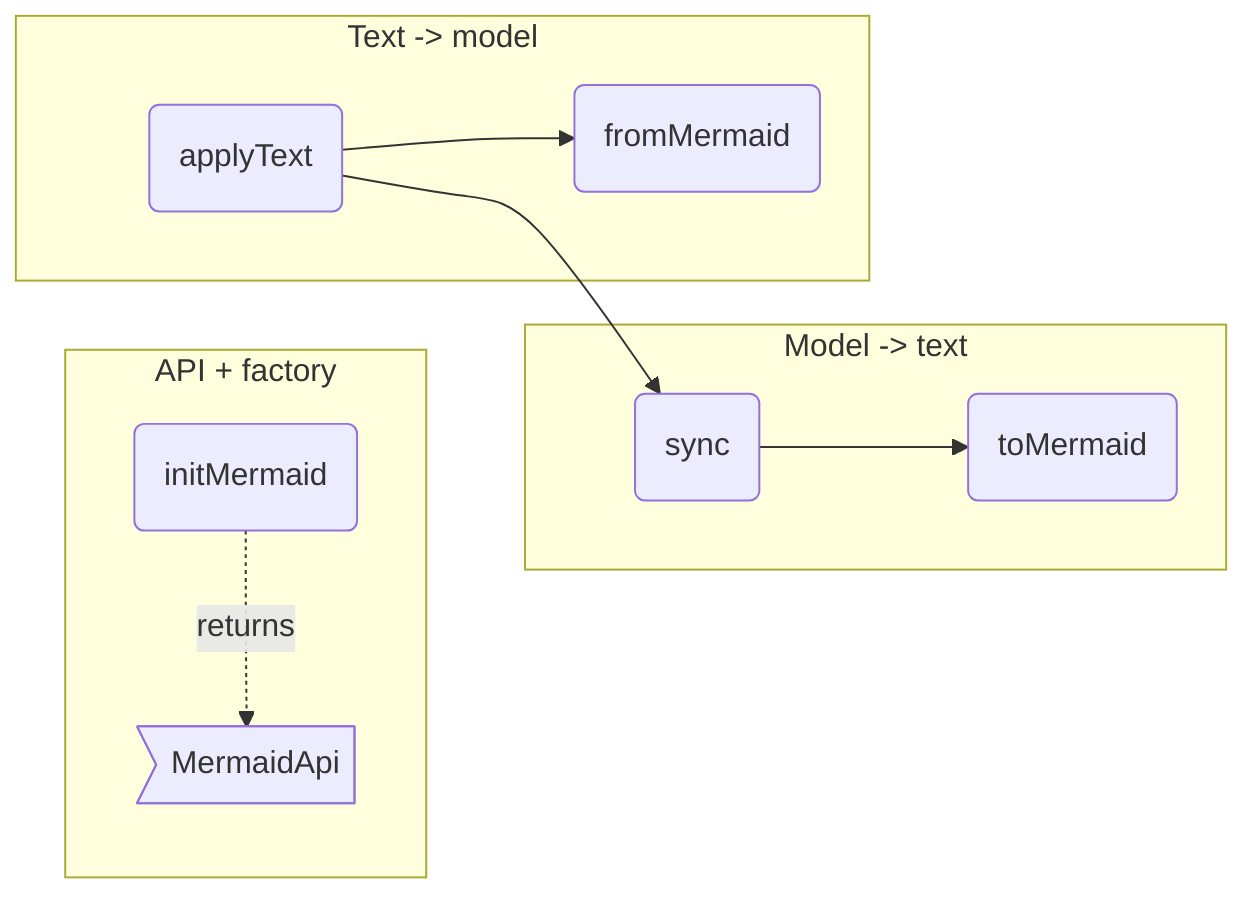
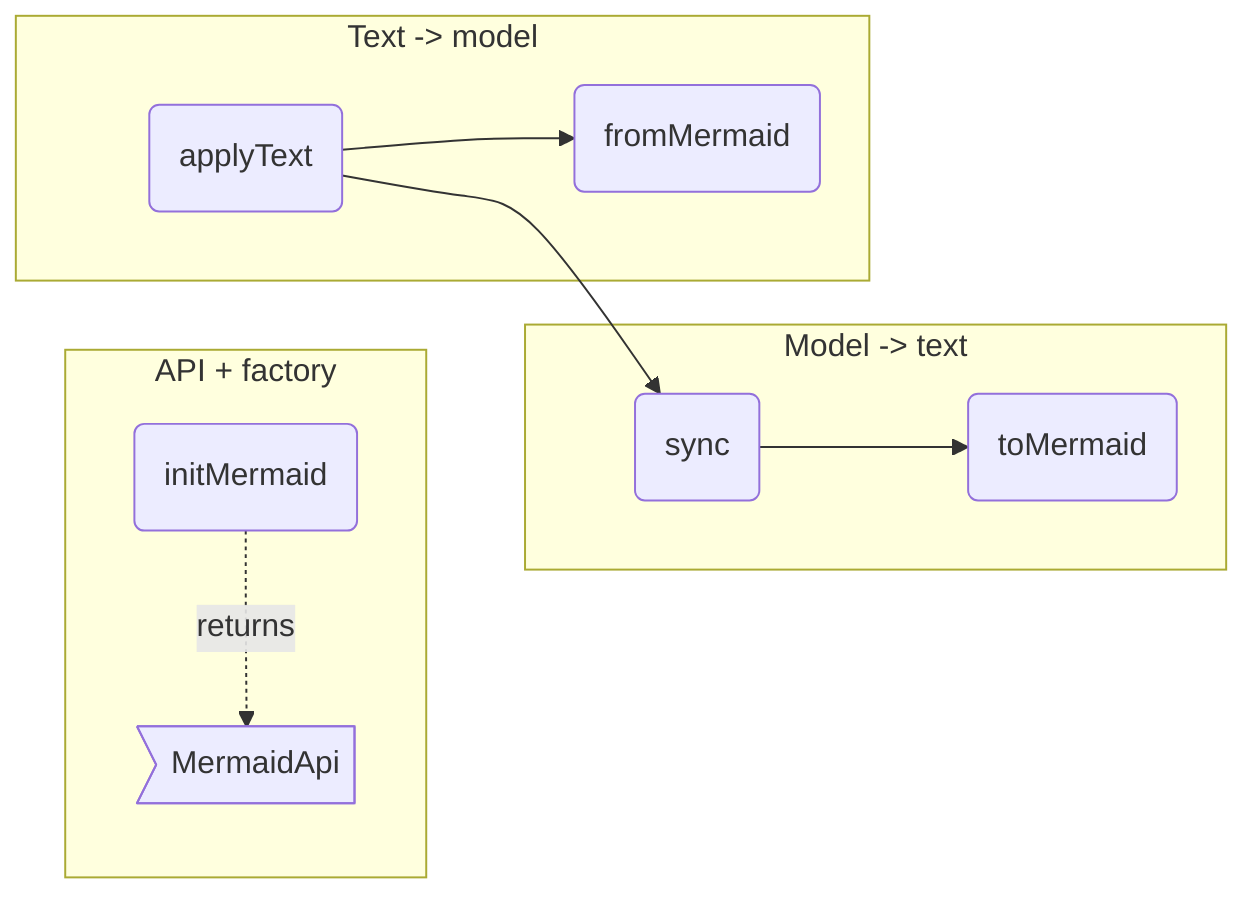
flowchart LR
%% root mermaid

%% src MermaidApi src/io/mermaid.ts#MermaidApi
%% kind MermaidApi type
%% fm:meta MermaidApi name=MermaidApi
%% fm:meta MermaidApi desc=public surface: toMermaid, sync, applyText

%% src initMermaid src/io/mermaid.ts#initMermaid
%% kind initMermaid function
%% fm:meta initMermaid name=initMermaid
%% fm:meta initMermaid desc=build the Mermaid serialize/parse/sync API bound to ctx and selection
%% fm:meta initMermaid i0.name=initMermaid
%% fm:meta initMermaid i0.accepts=ctx: AppContext
%% fm:meta initMermaid i0.accepts=selection: SelectionApi
%% fm:meta initMermaid i0.returns=MermaidApi

%% src toMermaid src/io/mermaid.ts#toMermaid
%% kind toMermaid function
%% fm:meta toMermaid name=toMermaid
%% fm:meta toMermaid desc=serialize the model to Mermaid text with fm/kind/parent/edge/root metadata and groups
%% fm:meta toMermaid i0.name=toMermaid
+ %% fm:meta toMermaid i0.accepts=opts: { only?: Set<string> }
%% fm:meta toMermaid i0.returns=string

%% src sync src/io/mermaid.ts#sync
%% kind sync function
%% fm:meta sync name=sync
%% fm:meta sync desc=write the serialized model into the Mermaid textarea
%% fm:meta sync i0.name=sync
%% fm:meta sync i0.returns=void

%% src fromMermaid src/io/mermaid.ts#fromMermaid
%% kind fromMermaid function
%% fm:meta fromMermaid name=fromMermaid
%% fm:meta fromMermaid desc=parse Mermaid text into a model fragment: nodes, edges, geometry, frontmatter, kinds, roots
%% fm:meta fromMermaid i0.name=fromMermaid
%% fm:meta fromMermaid i0.accepts=text: string
%% fm:meta fromMermaid i0.returns=ParseResult

%% src applyText src/io/mermaid.ts#applyText
%% kind applyText function
%% fm:meta applyText name=applyText
%% fm:meta applyText desc=parse the textarea, replace the live model, clear selection, render, sync, push history
%% fm:meta applyText i0.name=applyText
%% fm:meta applyText i0.returns=void

%% parent mm_api mermaid
%% parent mm_serialize mermaid
%% parent mm_parse mermaid

  subgraph mm_api ["API + factory"]
    MermaidApi>"MermaidApi"]
    initMermaid("initMermaid")
  end
  subgraph mm_serialize ["Model -> text"]
    toMermaid("toMermaid")
    sync("sync")
  end
  subgraph mm_parse ["Text -> model"]
    fromMermaid("fromMermaid")
    applyText("applyText")
  end

  applyText --> fromMermaid
  applyText --> sync
  sync --> toMermaid
  initMermaid -.->|returns| MermaidApi
